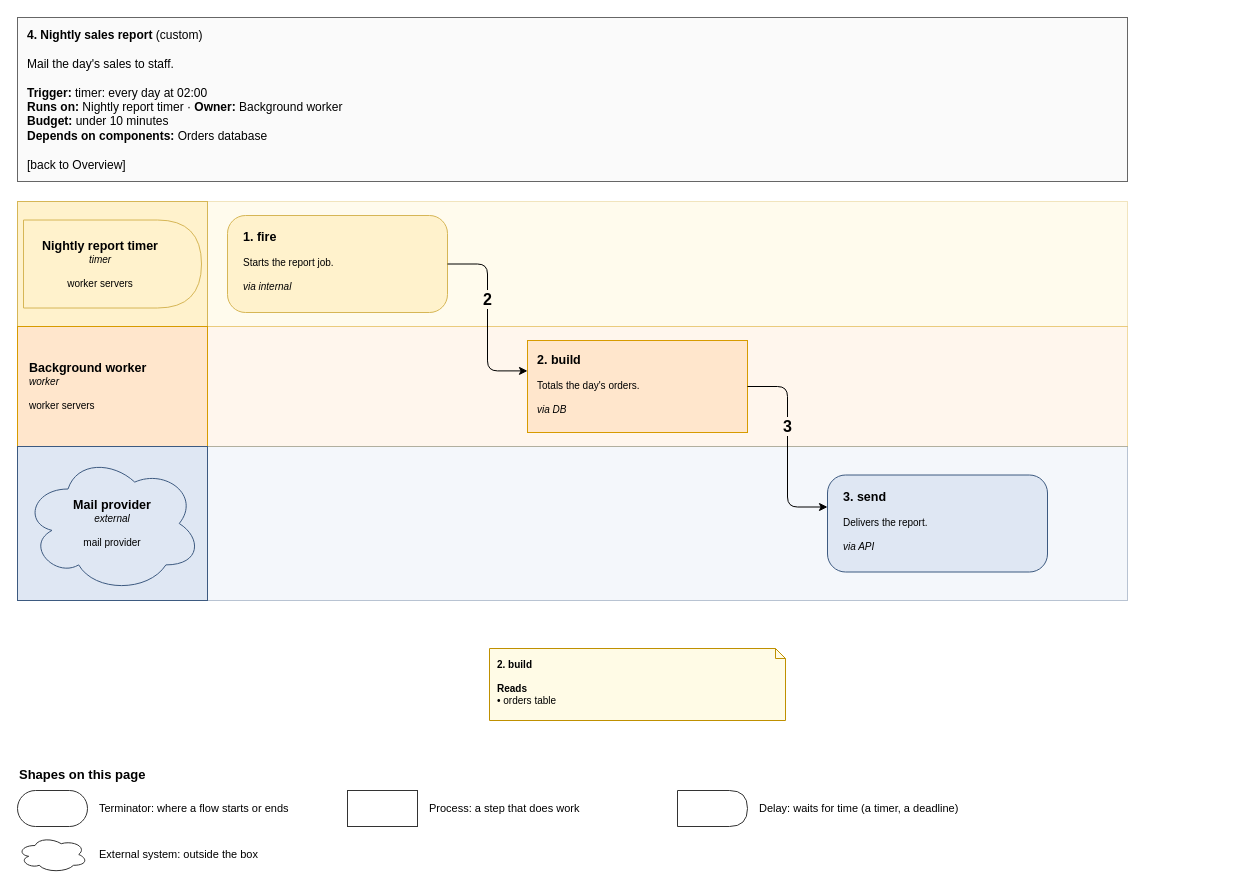
amalikn/skills_stuff keeps this draw.io diagram as page "4. Nightly sales report" (9 of 10) of specialists/platform/skill-drawio/examples/shop/drawio/flows.drawio. Above is the earlier version. Source tidied: cells renumbered, new cells numbered last; positions are measured from the earlier drawing's top-left corner, leaving out a move shared by most shapes. Both pictures are drawn from the tidied source at 100%, with x=0, y=0 at pixel (17, 17).
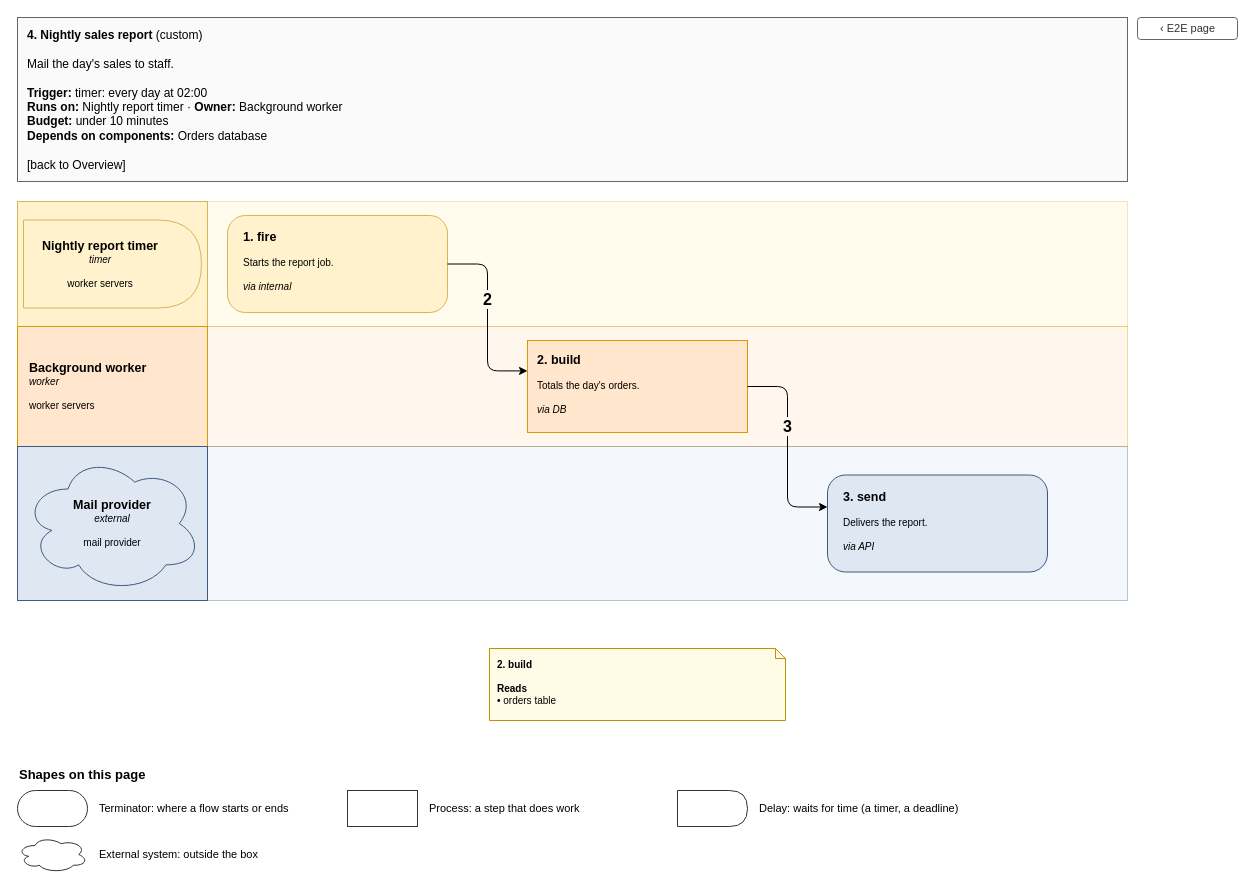
The same diagram, later.

Change to the diagram source:
```diff
@@
+    <mxCell id="28" value="‹ E2E page" style="rounded=1;html=1;fillColor=#ffffff;strokeColor=#666666;fontColor=#333333;fontSize=11;align=center;verticalAlign=middle;" parent="1" vertex="1">
+      <mxGeometry x="1120" width="100" height="22" as="geometry" />
+    </mxCell>
```
